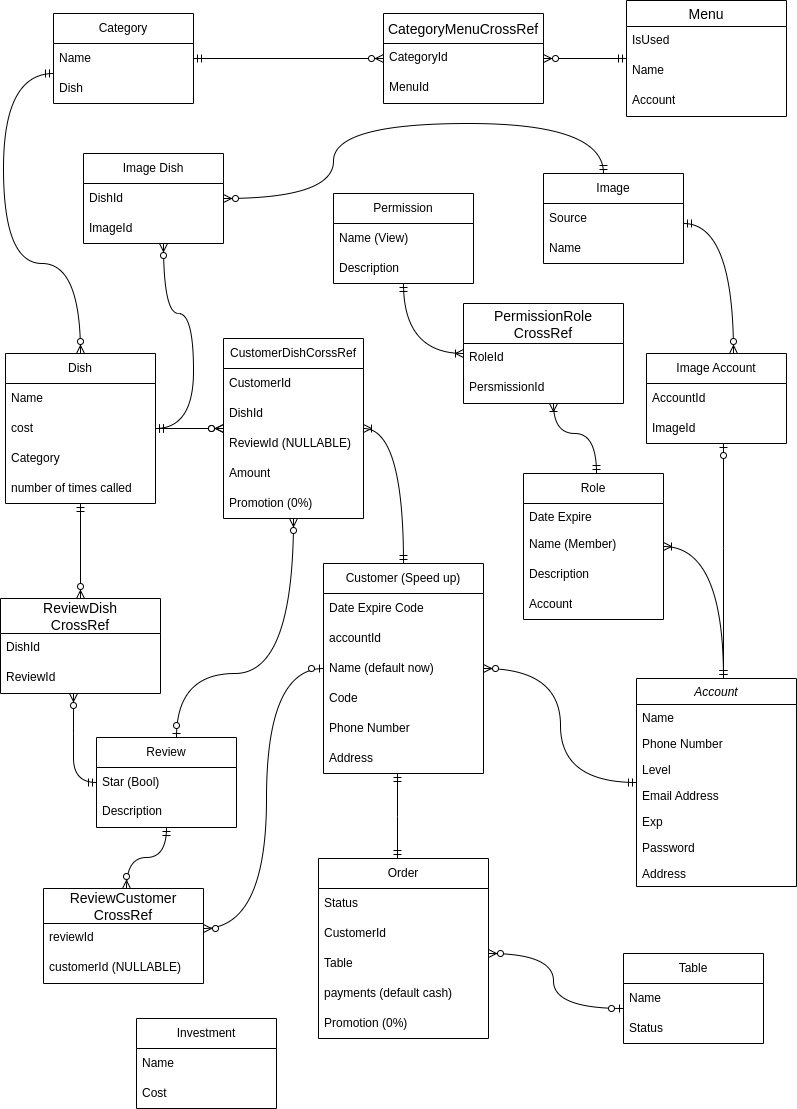
The draw.io diagram Menu Application.drawio.png in PressSay/QrMenuApp, before a commit. Source tidied: cells renumbered, new cells last; positions are measured from the earlier drawing's top-left corner, leaving out a move shared by most shapes.
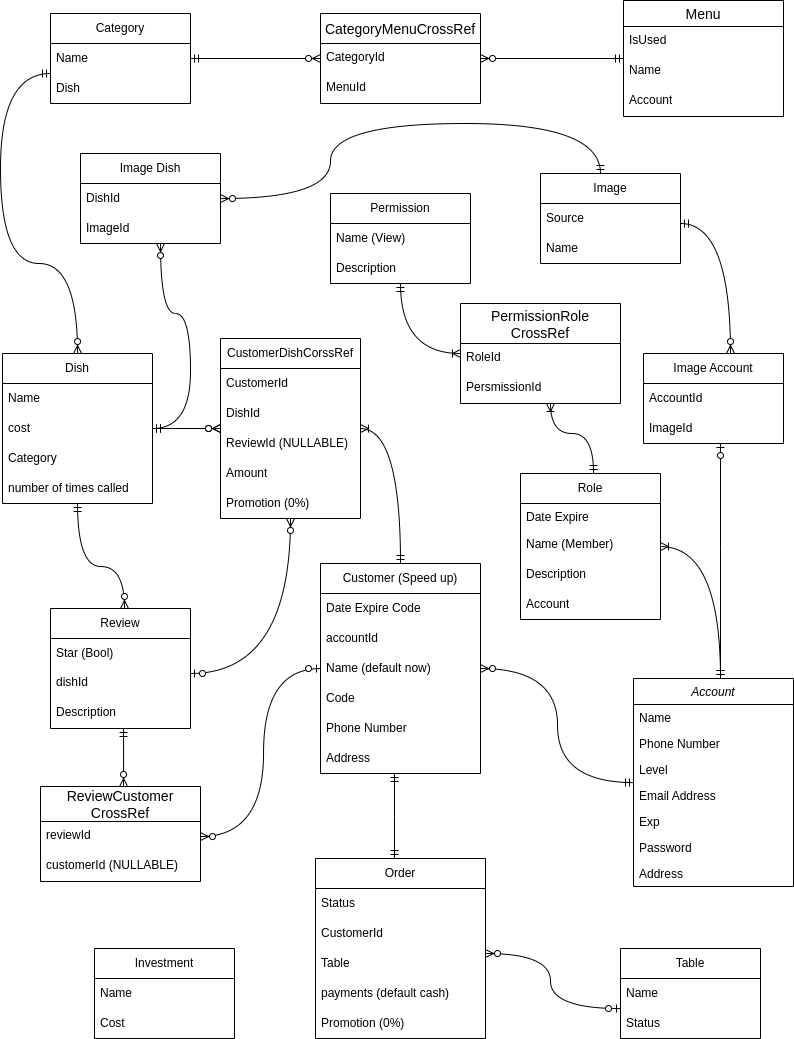
The same diagram one commit later.

Diff of the diagram source:
```diff
@@ -102,7 +102,7 @@
       <mxGeometry y="86" width="160" height="30" as="geometry" />
     </mxCell>
     <mxCell id="35" value="CategoryMenuCrossRef" style="swimlane;fontStyle=0;horizontal=1;startSize=30;align=center;fontSize=14;" parent="1" vertex="1">
-      <mxGeometry x="383" y="13" width="160" height="90" as="geometry" />
+      <mxGeometry x="323" y="13" width="160" height="90" as="geometry" />
     </mxCell>
     <mxCell id="36" value="CategoryId" style="text;strokeColor=none;fillColor=none;spacingLeft=4;spacingRight=4;overflow=hidden;fontSize=12;whiteSpace=wrap;html=1;" parent="35" vertex="1">
       <mxGeometry y="30" width="160" height="30" as="geometry" />
@@ -267,13 +267,16 @@
       </mxGeometry>
     </mxCell>
     <mxCell id="72" value="Review" style="swimlane;fontStyle=0;horizontal=1;startSize=30;whiteSpace=wrap;html=1;" parent="1" vertex="1">
-      <mxGeometry x="96" y="737" width="140" height="90" as="geometry" />
+      <mxGeometry x="53" y="608" width="140" height="120" as="geometry" />
     </mxCell>
     <mxCell id="73" value="Star (Bool)" style="text;strokeColor=none;fillColor=none;align=left;verticalAlign=middle;spacingLeft=4;spacingRight=4;overflow=hidden;whiteSpace=wrap;html=1;" parent="72" vertex="1">
       <mxGeometry y="30" width="140" height="30" as="geometry" />
     </mxCell>
+    <mxCell id="100" value="dishId" style="text;strokeColor=none;fillColor=none;spacingLeft=4;spacingRight=4;overflow=hidden;fontSize=12;whiteSpace=wrap;html=1;" parent="72" vertex="1">
+      <mxGeometry y="60" width="140" height="30" as="geometry" />
+    </mxCell>
     <mxCell id="74" value="Description" style="text;strokeColor=none;fillColor=none;spacingLeft=4;spacingRight=4;overflow=hidden;fontSize=12;whiteSpace=wrap;html=1;" parent="72" vertex="1">
-      <mxGeometry y="60" width="140" height="30" as="geometry" />
+      <mxGeometry y="90" width="140" height="30" as="geometry" />
     </mxCell>
     <mxCell id="75" style="edgeStyle=orthogonalEdgeStyle;fontSize=12;html=1;endArrow=ERzeroToMany;startArrow=ERmandOne;rounded=0;curved=1;" parent="1" edge="1" source="13" target="76">
       <mxGeometry relative="1" as="geometry" />
@@ -297,7 +300,7 @@
       <mxGeometry y="150" width="140" height="30" as="geometry" />
     </mxCell>
     <mxCell id="82" value="Table" style="swimlane;fontStyle=0;horizontal=1;startSize=30;whiteSpace=wrap;html=1;" parent="1" vertex="1">
-      <mxGeometry x="623" y="953" width="140" height="90" as="geometry" />
+      <mxGeometry x="623" y="948" width="140" height="90" as="geometry" />
     </mxCell>
     <mxCell id="83" value="Name" style="text;strokeColor=none;fillColor=none;align=left;verticalAlign=middle;spacingLeft=4;spacingRight=4;overflow=hidden;whiteSpace=wrap;html=1;" parent="82" vertex="1">
       <mxGeometry y="30" width="140" height="30" as="geometry" />
@@ -314,7 +317,7 @@
       </mxGeometry>
     </mxCell>
     <mxCell id="86" value="Investment" style="swimlane;fontStyle=0;horizontal=1;startSize=30;whiteSpace=wrap;html=1;" parent="1" vertex="1">
-      <mxGeometry x="136" y="1018" width="140" height="90" as="geometry" />
+      <mxGeometry x="97" y="948" width="140" height="90" as="geometry" />
     </mxCell>
     <mxCell id="87" value="Name" style="text;strokeColor=none;fillColor=none;align=left;verticalAlign=middle;spacingLeft=4;spacingRight=4;overflow=hidden;whiteSpace=wrap;html=1;" parent="86" vertex="1">
       <mxGeometry y="30" width="140" height="30" as="geometry" />
@@ -322,25 +325,13 @@
     <mxCell id="88" value="Cost" style="text;strokeColor=none;fillColor=none;align=left;verticalAlign=middle;spacingLeft=4;spacingRight=4;overflow=hidden;whiteSpace=wrap;html=1;" parent="86" vertex="1">
       <mxGeometry y="60" width="140" height="30" as="geometry" />
     </mxCell>
-    <mxCell id="89" value="ReviewDish&#10;CrossRef" style="swimlane;fontStyle=0;horizontal=1;startSize=35;align=center;fontSize=14;" parent="1" vertex="1">
-      <mxGeometry y="598" width="160" height="95" as="geometry" />
-    </mxCell>
-    <mxCell id="90" value="DishId" style="text;strokeColor=none;fillColor=none;spacingLeft=4;spacingRight=4;overflow=hidden;fontSize=12;whiteSpace=wrap;html=1;" parent="89" vertex="1">
-      <mxGeometry y="35" width="160" height="30" as="geometry" />
-    </mxCell>
-    <mxCell id="91" value="ReviewId" style="text;strokeColor=none;fillColor=none;spacingLeft=4;spacingRight=4;overflow=hidden;fontSize=12;whiteSpace=wrap;html=1;" parent="89" vertex="1">
-      <mxGeometry y="65" width="160" height="30" as="geometry" />
-    </mxCell>
-    <mxCell id="92" style="edgeStyle=orthogonalEdgeStyle;fontSize=12;html=1;endArrow=ERzeroToMany;startArrow=ERmandOne;rounded=0;curved=1;" parent="1" edge="1" source="72" target="89">
-      <mxGeometry relative="1" as="geometry">
-        <Array as="points">
-          <mxPoint x="73" y="733" />
-          <mxPoint x="73" y="733" />
-        </Array>
-      </mxGeometry>
-    </mxCell>
-    <mxCell id="93" style="edgeStyle=orthogonalEdgeStyle;fontSize=12;html=1;endArrow=ERzeroToMany;startArrow=ERmandOne;rounded=0;curved=1;" parent="1" edge="1" source="13" target="89">
-      <mxGeometry relative="1" as="geometry" />
+    <mxCell id="93" style="edgeStyle=orthogonalEdgeStyle;fontSize=12;html=1;endArrow=ERzeroToMany;startArrow=ERmandOne;rounded=0;curved=1;" parent="1" edge="1" source="13" target="72">
+      <mxGeometry relative="1" as="geometry">
+        <Array as="points">
+          <mxPoint x="80" y="566" />
+          <mxPoint x="127" y="566" />
+        </Array>
+      </mxGeometry>
     </mxCell>
     <mxCell id="94" style="edgeStyle=orthogonalEdgeStyle;fontSize=12;html=1;endArrow=ERzeroToMany;startArrow=ERzeroToOne;rounded=0;curved=1;" parent="1" edge="1" source="72" target="76">
       <mxGeometry relative="1" as="geometry">
@@ -351,7 +342,7 @@
       </mxGeometry>
     </mxCell>
     <mxCell id="95" value="ReviewCustomer&#10;CrossRef" style="swimlane;fontStyle=0;horizontal=1;startSize=35;align=center;fontSize=14;" parent="1" vertex="1">
-      <mxGeometry x="43" y="888" width="160" height="95" as="geometry" />
+      <mxGeometry x="43" y="786" width="160" height="95" as="geometry" />
     </mxCell>
     <mxCell id="96" value="reviewId" style="text;strokeColor=none;fillColor=none;spacingLeft=4;spacingRight=4;overflow=hidden;fontSize=12;whiteSpace=wrap;html=1;" parent="95" vertex="1">
       <mxGeometry y="35" width="160" height="30" as="geometry" />
@@ -363,15 +354,15 @@
       <mxGeometry relative="1" as="geometry">
         <Array as="points">
           <mxPoint x="266" y="668" />
-          <mxPoint x="266" y="928" />
+          <mxPoint x="266" y="836" />
         </Array>
       </mxGeometry>
     </mxCell>
     <mxCell id="99" style="edgeStyle=orthogonalEdgeStyle;fontSize=12;html=1;endArrow=ERzeroToMany;startArrow=ERmandOne;rounded=0;curved=1;" parent="1" edge="1" source="72" target="95">
       <mxGeometry relative="1" as="geometry">
         <Array as="points">
-          <mxPoint x="166" y="857" />
-          <mxPoint x="126" y="857" />
+          <mxPoint x="126" y="776" />
+          <mxPoint x="126" y="776" />
         </Array>
       </mxGeometry>
     </mxCell>
```
